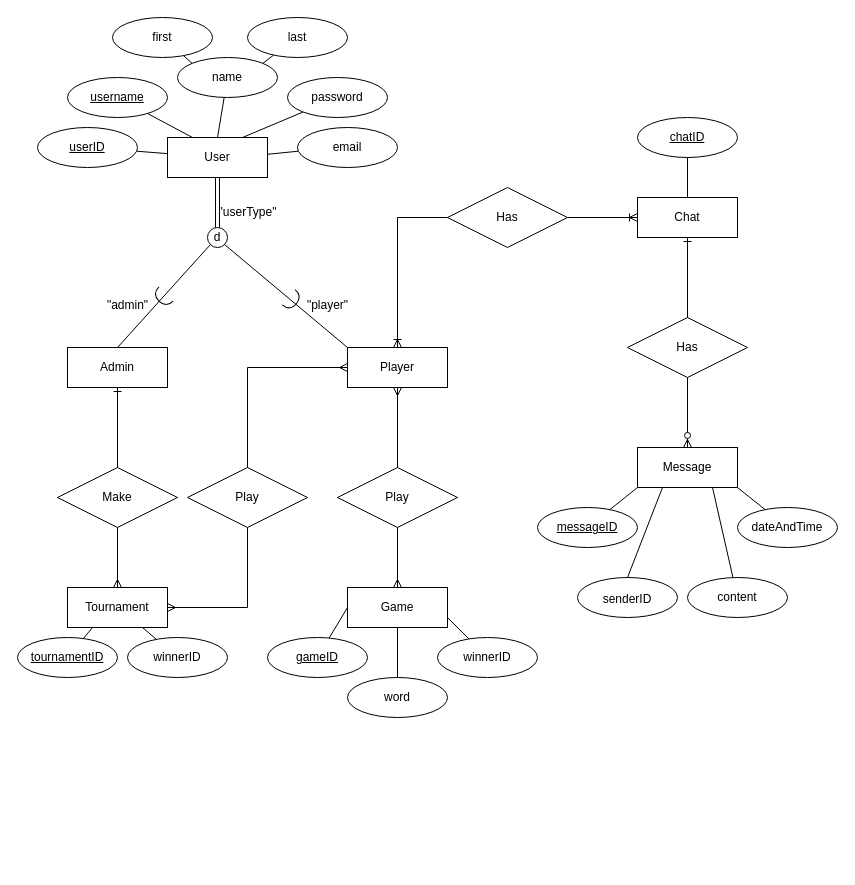
Before: Design/ERD.drawio in mazenhesham17/wordle-friends, a draw.io diagram. Source tidied: cells renumbered, new cells numbered last; positions are measured from the earlier drawing's top-left corner, leaving out a move shared by most shapes. Both pictures are drawn from the tidied source at 100%, with x=0, y=0 at pixel (17, 17).
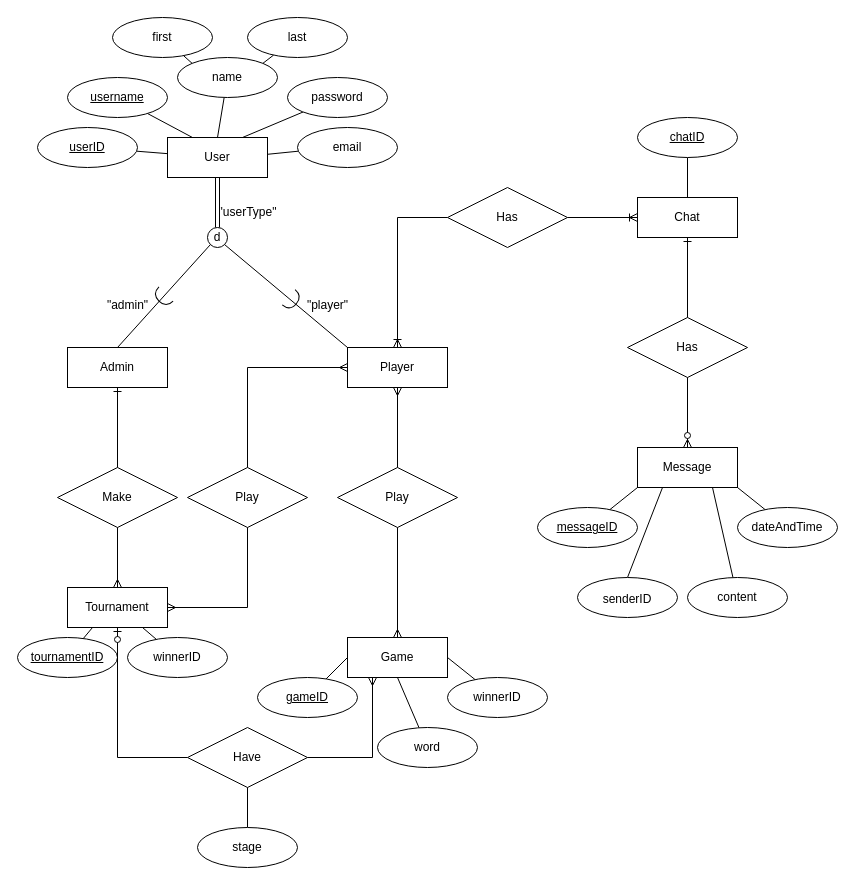
Above is the later version.

Unchanged cells that the change refers to:
```xml
<mxCell id="14" value="Tournament" style="whiteSpace=wrap;html=1;align=center;" parent="1" vertex="1">
  <mxGeometry x="50" y="570" width="100" height="40" as="geometry" />
</mxCell>
```

Change to the diagram source:
```diff
@@
     <mxCell id="13" value="Game" style="whiteSpace=wrap;html=1;align=center;" parent="1" vertex="1">
-      <mxGeometry x="330" y="570" width="100" height="40" as="geometry" />
+      <mxGeometry x="330" y="620" width="100" height="40" as="geometry" />
     </mxCell>
@@
     <mxCell id="21" value="word" style="ellipse;whiteSpace=wrap;html=1;align=center;" parent="1" vertex="1">
-      <mxGeometry x="330" y="660" width="100" height="40" as="geometry" />
+      <mxGeometry x="360" y="710" width="100" height="40" as="geometry" />
     </mxCell>
-    <mxCell id="22" style="rounded=0;jettySize=auto;html=1;entryX=1;entryY=0.75;entryDx=0;entryDy=0;endArrow=none;endFill=0;" parent="1" edge="1" source="23" target="13">
+    <mxCell id="22" style="rounded=0;jettySize=auto;html=1;entryX=1;entryY=0.5;entryDx=0;entryDy=0;endArrow=none;endFill=0;" parent="1" edge="1" source="23" target="13">
       <mxGeometry relative="1" as="geometry" />
     </mxCell>
     <mxCell id="23" value="winnerID" style="ellipse;whiteSpace=wrap;html=1;align=center;" parent="1" vertex="1">
-      <mxGeometry x="420" y="620" width="100" height="40" as="geometry" />
+      <mxGeometry x="430" y="660" width="100" height="40" as="geometry" />
     </mxCell>
@@
     <mxCell id="25" value="gameID" style="ellipse;whiteSpace=wrap;html=1;align=center;fontStyle=4;" parent="1" vertex="1">
-      <mxGeometry x="250" y="620" width="100" height="40" as="geometry" />
+      <mxGeometry x="240" y="660" width="100" height="40" as="geometry" />
     </mxCell>
@@
+    <mxCell id="68" value="Have" style="shape=rhombus;perimeter=rhombusPerimeter;whiteSpace=wrap;html=1;align=center;" parent="1" vertex="1">
+      <mxGeometry x="170" y="710" width="120" height="60" as="geometry" />
+    </mxCell>
+    <mxCell id="69" style="fontSize=12;html=1;endArrow=ERzeroToOne;endFill=1;rounded=0;entryX=0.5;entryY=1;entryDx=0;entryDy=0;exitX=0;exitY=0.5;exitDx=0;exitDy=0;edgeStyle=orthogonalEdgeStyle;" parent="1" edge="1" source="68" target="14">
+      <mxGeometry relative="1" as="geometry" />
+    </mxCell>
+    <mxCell id="70" style="fontSize=12;html=1;endArrow=ERmany;rounded=0;entryX=0.25;entryY=1;entryDx=0;entryDy=0;edgeStyle=orthogonalEdgeStyle;" parent="1" edge="1" source="68" target="13">
+      <mxGeometry relative="1" as="geometry" />
+    </mxCell>
+    <mxCell id="71" style="rounded=0;jettySize=auto;html=1;entryX=0.5;entryY=1;entryDx=0;entryDy=0;endArrow=none;endFill=0;" parent="1" edge="1" source="72" target="68">
+      <mxGeometry relative="1" as="geometry" />
+    </mxCell>
+    <mxCell id="72" value="stage" style="ellipse;whiteSpace=wrap;html=1;align=center;" parent="1" vertex="1">
+      <mxGeometry x="180" y="810" width="100" height="40" as="geometry" />
+    </mxCell>
```
